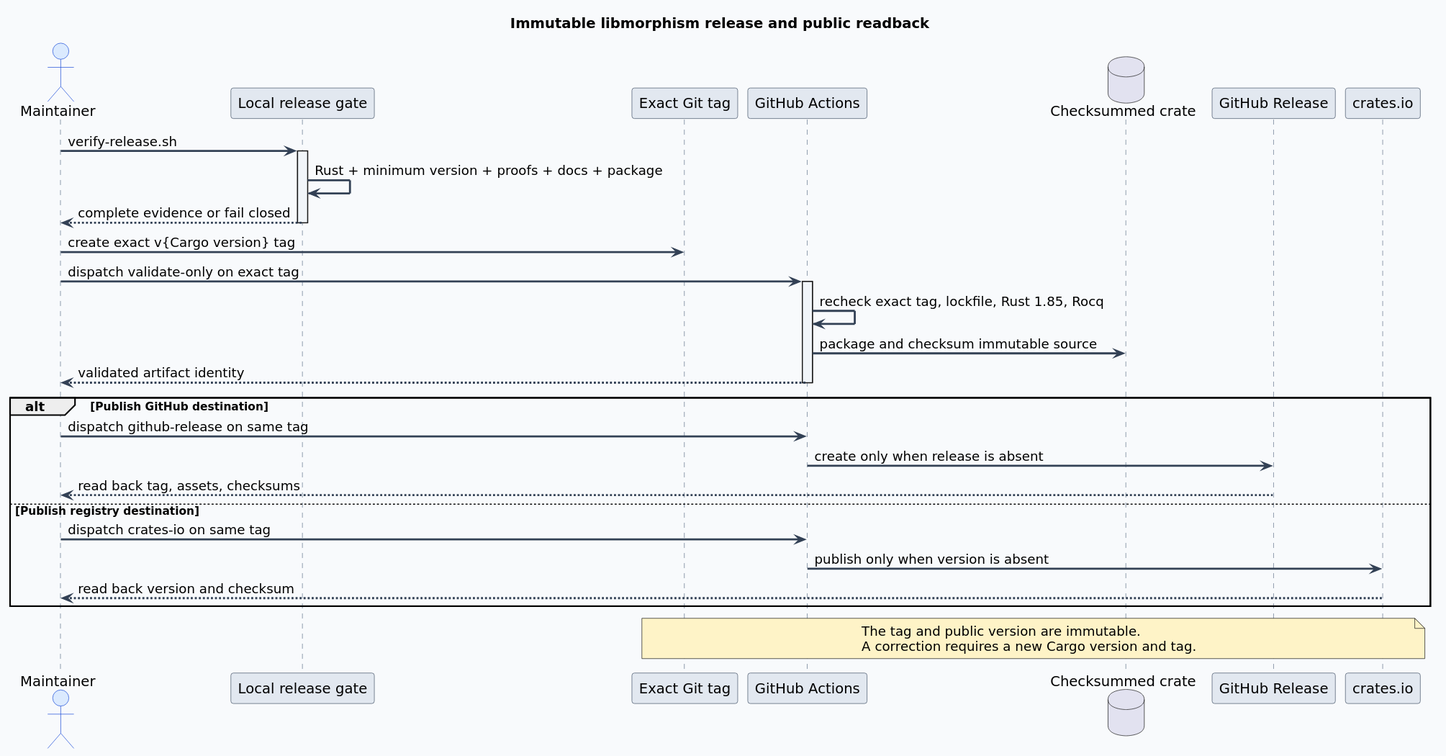
The PlantUML diagram docs/diagrams/release-provenance.svg in vinary-tree/libmorphism, before a commit.
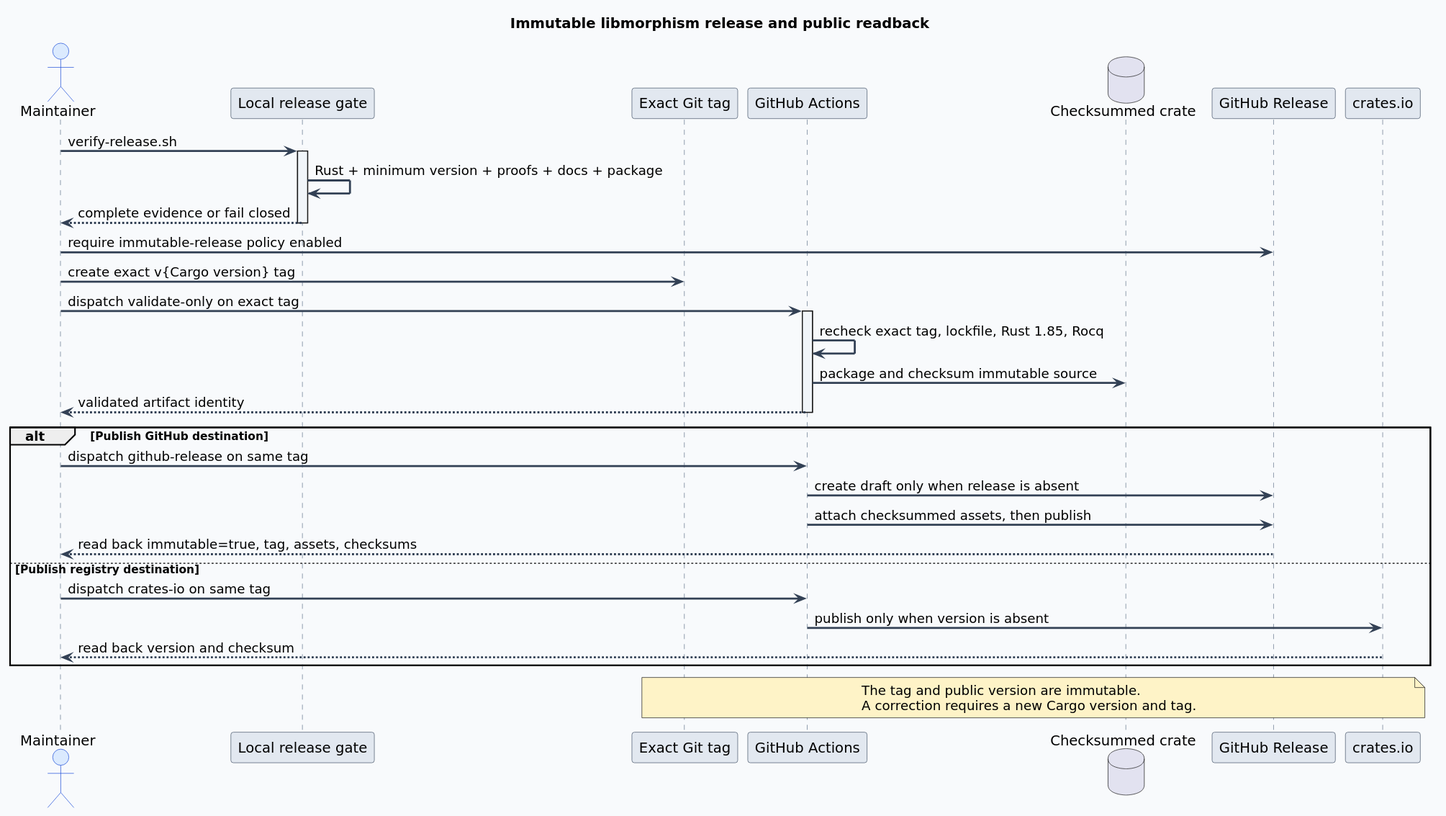
The same diagram one commit later.

Diff of the diagram source:
```diff
@@ -30,6 +30,7 @@
 Gate -> Gate: Rust + minimum version + proofs + docs + package
 Gate --> Maintainer: complete evidence or fail closed
 deactivate Gate
+Maintainer -> GitHub: require immutable-release policy enabled
 Maintainer -> Tag: create exact v{Cargo version} tag
 Maintainer -> CI: dispatch validate-only on exact tag
 activate CI
@@ -40,8 +41,9 @@
 
 alt Publish GitHub destination
   Maintainer -> CI: dispatch github-release on same tag
-  CI -> GitHub: create only when release is absent
-  GitHub --> Maintainer: read back tag, assets, checksums
+  CI -> GitHub: create draft only when release is absent
+  CI -> GitHub: attach checksummed assets, then publish
+  GitHub --> Maintainer: read back immutable=true, tag, assets, checksums
 else Publish registry destination
   Maintainer -> CI: dispatch crates-io on same tag
   CI -> Registry: publish only when version is absent
```
